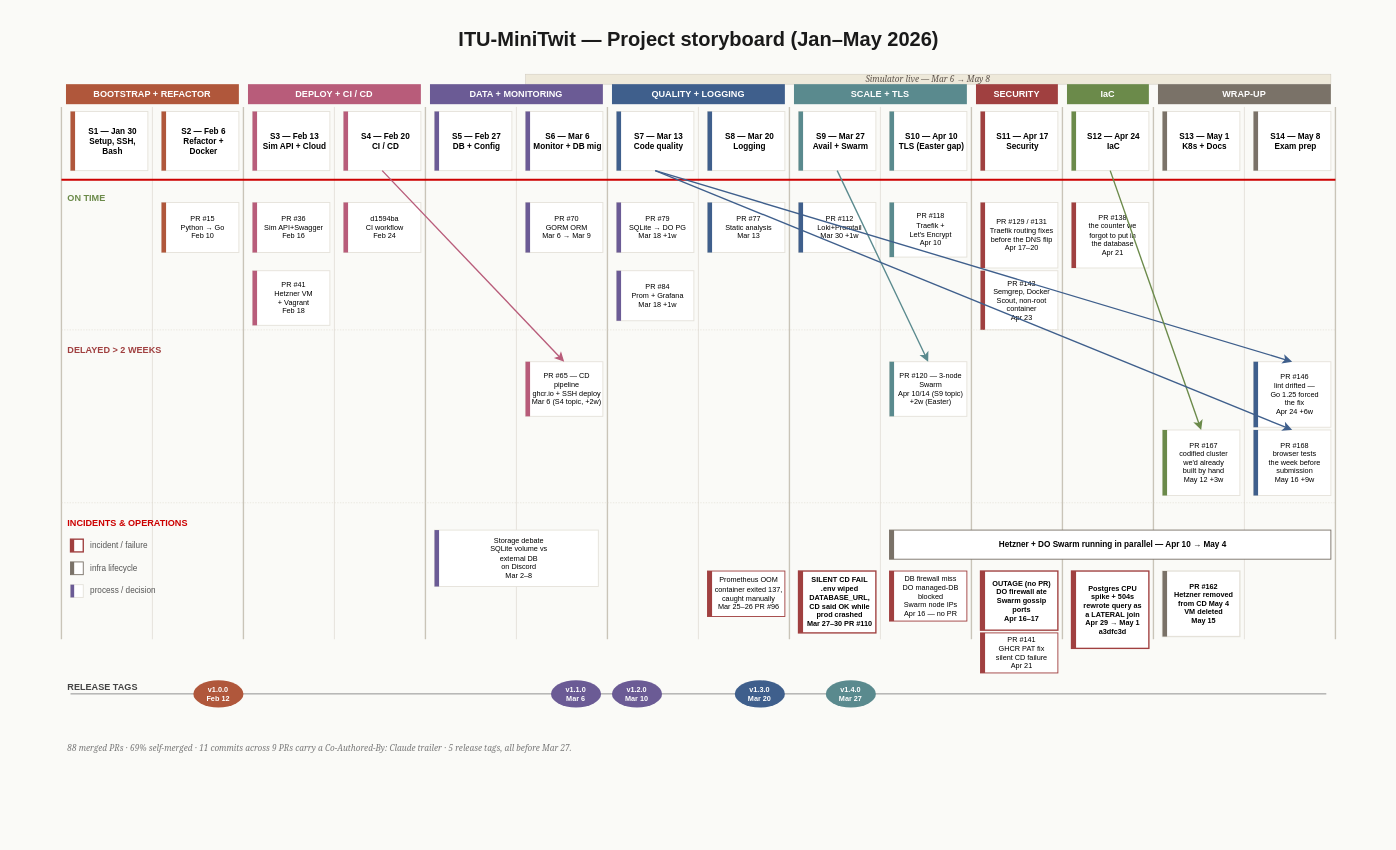
DevTroopers-ITU/itu-minitwit keeps this draw.io diagram as report/exam-storyboard.drawio. Above is the earlier version. Source tidied: cells renumbered, new cells numbered last; positions are measured from the earlier drawing's top-left corner, leaving out a move shared by most shapes. Both pictures are drawn from the tidied source at 91%, with x=0, y=0 at pixel (15, 15).
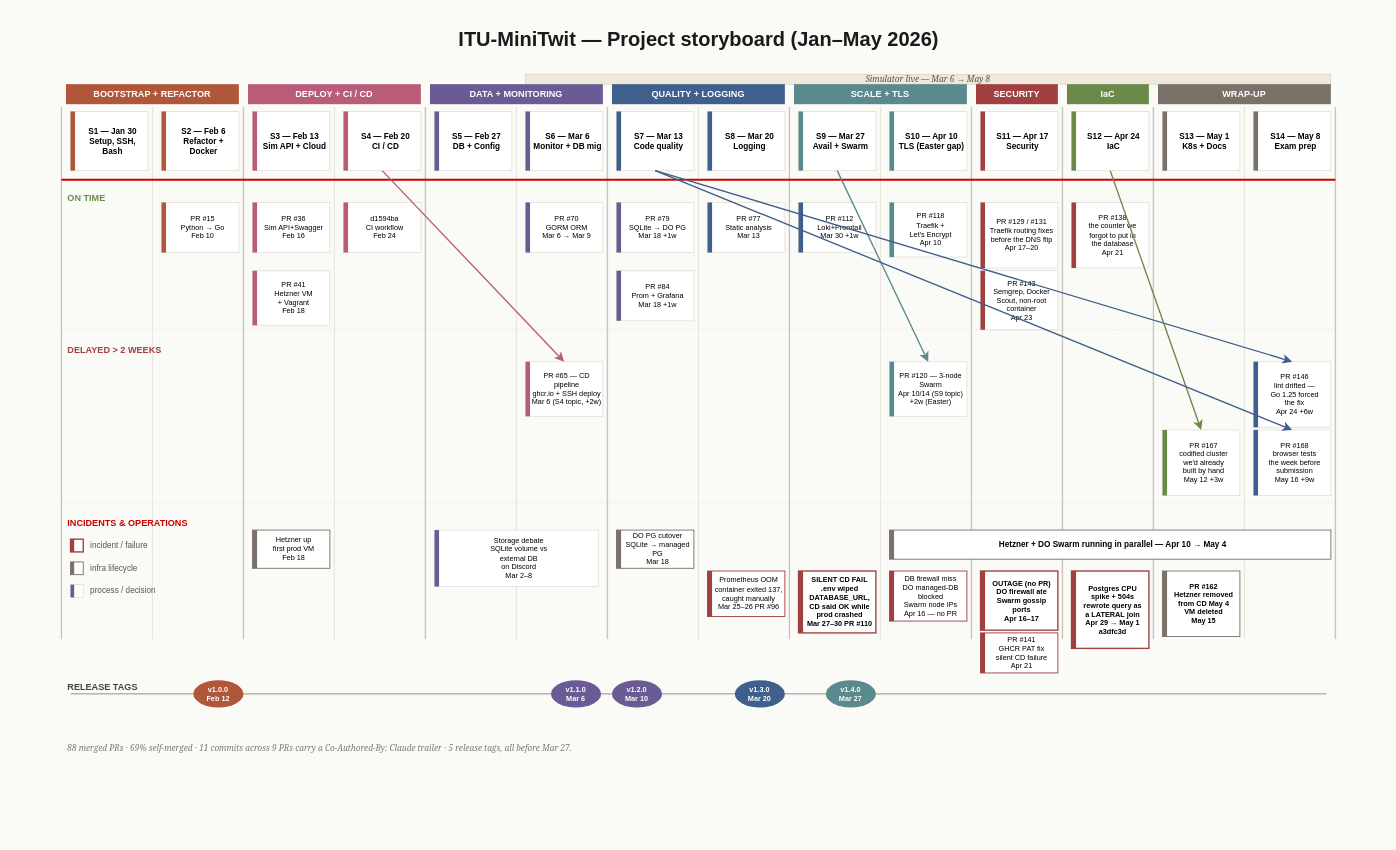
The same diagram, later.

The edit, as a diff of the source:
```diff
@@
+    <mxCell id="138" value="Hetzner up&#10;first prod VM&#10;Feb 18" style="rounded=0;whiteSpace=wrap;html=1;fillColor=#FFFFFF;strokeColor=#7A7268;strokeWidth=1;fontSize=8;align=center;verticalAlign=middle;spacingLeft=6;" parent="1" vertex="1">
+      <mxGeometry x="260" y="565" width="85" height="42" as="geometry" />
+    </mxCell>
+    <mxCell id="139" style="rounded=0;whiteSpace=wrap;html=1;fillColor=#7A7268;strokeColor=none;" parent="1" vertex="1">
+      <mxGeometry x="260" y="565" width="5" height="42" as="geometry" />
+    </mxCell>
@@
+    <mxCell id="140" value="DO PG cutover&#10;SQLite → managed PG&#10;Mar 18" style="rounded=0;whiteSpace=wrap;html=1;fillColor=#FFFFFF;strokeColor=#7A7268;strokeWidth=1;fontSize=8;align=center;verticalAlign=middle;spacingLeft=6;" parent="1" vertex="1">
+      <mxGeometry x="660" y="565" width="85" height="42" as="geometry" />
+    </mxCell>
+    <mxCell id="141" style="rounded=0;whiteSpace=wrap;html=1;fillColor=#7A7268;strokeColor=none;" parent="1" vertex="1">
+      <mxGeometry x="660" y="565" width="5" height="42" as="geometry" />
+    </mxCell>
@@
-    <mxCell id="128" value="PR #162&#10;Hetzner removed&#10;from CD May 4&#10;VM deleted&#10;May 15" style="rounded=0;whiteSpace=wrap;html=1;fillColor=#FFFFFF;strokeColor=#E5E2DA;strokeWidth=1.5;fontSize=8;fontStyle=1;align=center;verticalAlign=middle;spacingLeft=6;" parent="1" vertex="1">
+    <mxCell id="128" value="PR #162&#10;Hetzner removed&#10;from CD May 4&#10;VM deleted&#10;May 15" style="rounded=0;whiteSpace=wrap;html=1;fillColor=#FFFFFF;strokeColor=#7A7268;strokeWidth=1;fontSize=8;fontStyle=1;align=center;verticalAlign=middle;spacingLeft=6;" parent="1" vertex="1">
       <mxGeometry x="1260" y="610" width="85" height="72" as="geometry" />
     </mxCell>
```
